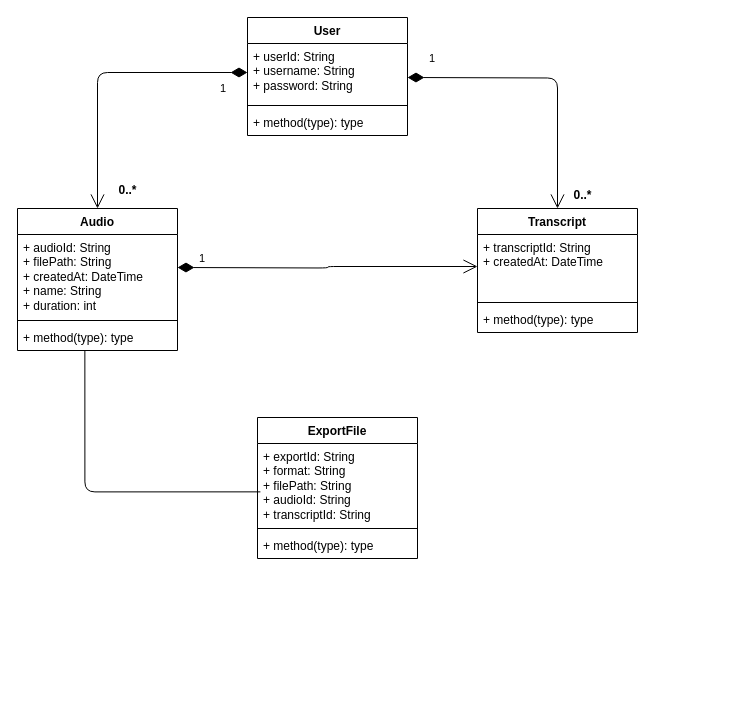
Sophavisnuka/Smean-Mobile-App keeps this draw.io diagram as page "Page-1" (1 of 2) of UML.drawio. Above is the earlier version. Source tidied: cells renumbered, new cells numbered last; positions are measured from the earlier drawing's top-left corner, leaving out a move shared by most shapes. Both pictures are drawn from the tidied source at 100%, with x=0, y=0 at pixel (17, 17).
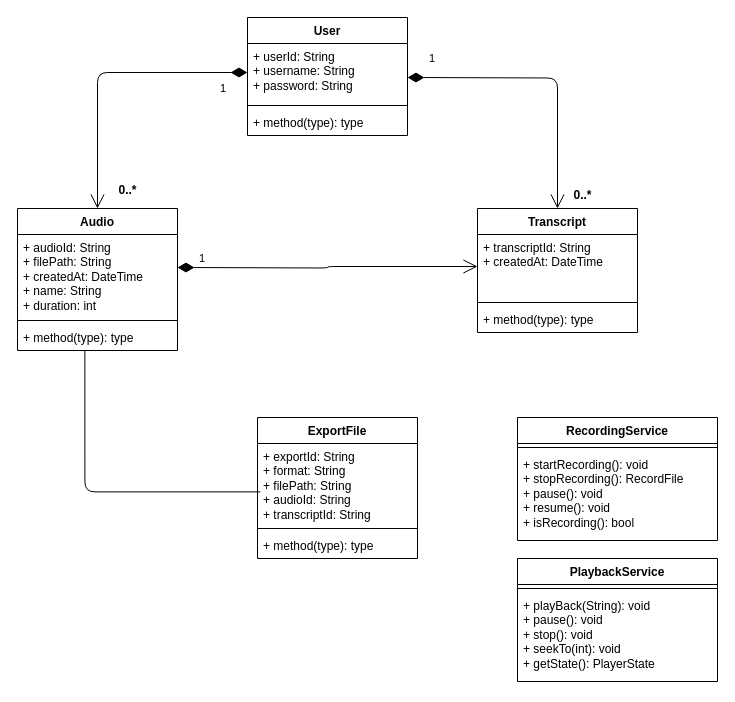
Above is the later version.

Change to the diagram source:
```diff
@@
+    <mxCell id="24" value="RecordingService" style="swimlane;fontStyle=1;align=center;verticalAlign=top;horizontal=1;startSize=26;whiteSpace=wrap;html=1;" parent="1" vertex="1">
+      <mxGeometry x="500" y="400" width="200" height="123" as="geometry" />
+    </mxCell>
+    <mxCell id="25" style="line;strokeWidth=1;fillColor=none;align=left;verticalAlign=middle;spacingTop=-1;spacingLeft=3;spacingRight=3;labelPosition=right;strokeColor=inherit;" parent="24" vertex="1">
+      <mxGeometry y="26" width="200" height="8" as="geometry" />
+    </mxCell>
+    <mxCell id="26" value="&lt;font style=&quot;color: rgb(0, 0, 0);&quot;&gt;+ startRecording(): void&lt;/font&gt;&lt;div&gt;&lt;font style=&quot;color: rgb(0, 0, 0);&quot;&gt;+ stopRecording(): RecordFile&lt;/font&gt;&lt;/div&gt;&lt;div&gt;&lt;font style=&quot;color: rgb(0, 0, 0);&quot;&gt;+ pause(): void&lt;/font&gt;&lt;/div&gt;&lt;div&gt;&lt;font style=&quot;color: rgb(0, 0, 0);&quot;&gt;+ resume(): void&lt;/font&gt;&lt;/div&gt;&lt;div&gt;&lt;font style=&quot;color: rgb(0, 0, 0);&quot;&gt;+ isRecording(): bool&lt;/font&gt;&lt;/div&gt;" style="text;strokeColor=none;fillColor=none;align=left;verticalAlign=top;spacingLeft=4;spacingRight=4;overflow=hidden;whiteSpace=wrap;html=1;" parent="24" vertex="1">
+      <mxGeometry y="34" width="200" height="89" as="geometry" />
+    </mxCell>
+    <mxCell id="27" value="PlaybackService" style="swimlane;fontStyle=1;align=center;verticalAlign=top;horizontal=1;startSize=26;whiteSpace=wrap;html=1;" parent="1" vertex="1">
+      <mxGeometry x="500" y="541" width="200" height="123" as="geometry" />
+    </mxCell>
+    <mxCell id="28" style="line;strokeWidth=1;fillColor=none;align=left;verticalAlign=middle;spacingTop=-1;spacingLeft=3;spacingRight=3;labelPosition=right;strokeColor=inherit;" parent="27" vertex="1">
+      <mxGeometry y="26" width="200" height="8" as="geometry" />
+    </mxCell>
+    <mxCell id="29" value="&lt;font style=&quot;color: rgb(0, 0, 0);&quot;&gt;+ playBack(String): void&lt;/font&gt;&lt;div&gt;&lt;font style=&quot;color: rgb(0, 0, 0);&quot;&gt;+ pause(): void&lt;/font&gt;&lt;/div&gt;&lt;div&gt;&lt;font style=&quot;color: rgb(0, 0, 0);&quot;&gt;+ stop(): void&lt;/font&gt;&lt;/div&gt;&lt;div&gt;&lt;font style=&quot;color: rgb(0, 0, 0);&quot;&gt;+ seekTo(int): void&lt;/font&gt;&lt;/div&gt;&lt;div&gt;&lt;font style=&quot;color: rgb(0, 0, 0);&quot;&gt;+ getState(): PlayerState&lt;/font&gt;&lt;/div&gt;" style="text;strokeColor=none;fillColor=none;align=left;verticalAlign=top;spacingLeft=4;spacingRight=4;overflow=hidden;whiteSpace=wrap;html=1;" parent="27" vertex="1">
+      <mxGeometry y="34" width="200" height="89" as="geometry" />
+    </mxCell>
```
